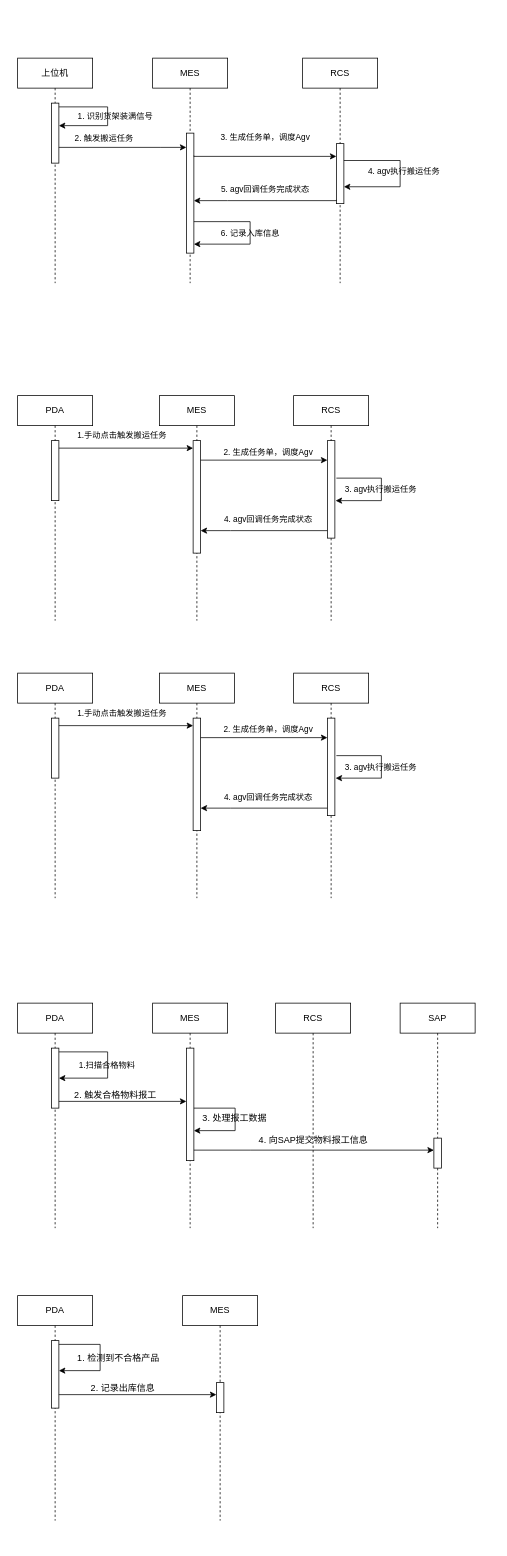
This is 智光软件业务梳理.drawio from lutao0111/-for-draw.io, a draw.io file, before an edit. Source tidied: cells renumbered, new cells numbered last; positions are measured from the earlier drawing's top-left corner, leaving out a move shared by most shapes. Both pictures are drawn from the tidied source at 75%, with x=0, y=0 at pixel (17, 58).
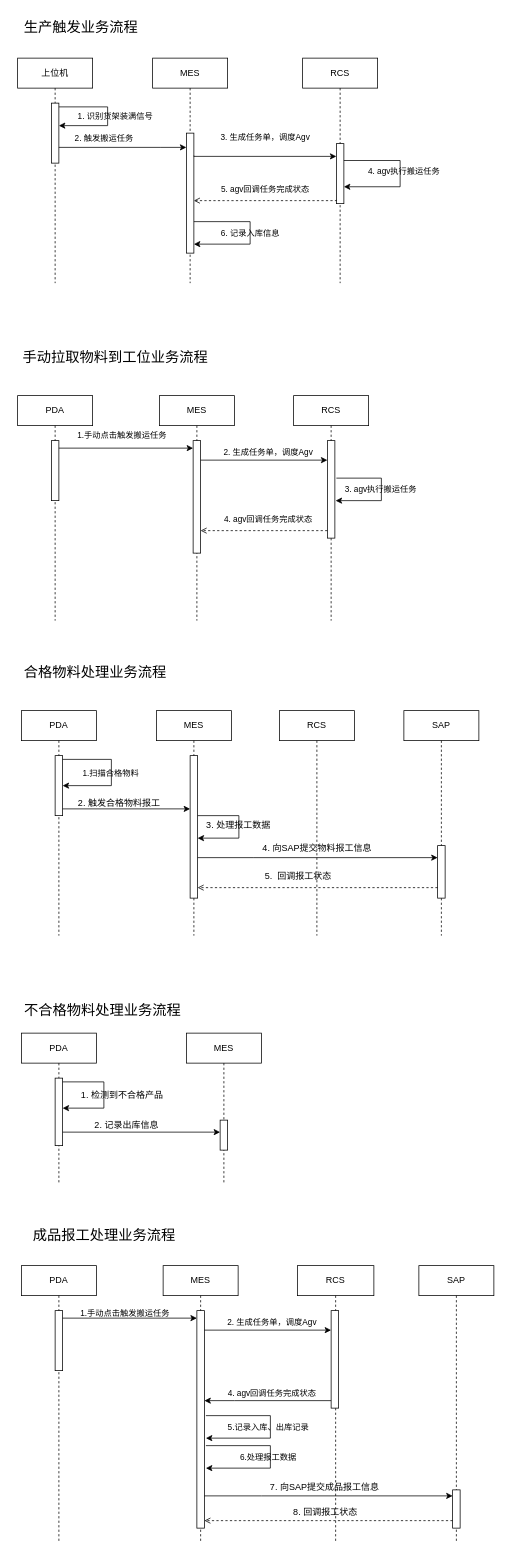
Above is the later version.

Commit message (it also covers changes not shown here):
更新智光软件业务梳理.drawio

The change refers to these unchanged cells:
```xml
<mxCell id="8" style="html=1;points=[[0,0,0,0,5],[0,1,0,0,-5],[1,0,0,0,5],[1,1,0,0,-5]];perimeter=orthogonalPerimeter;outlineConnect=0;targetShapes=umlLifeline;portConstraint=eastwest;newEdgeStyle={&quot;curved&quot;:0,&quot;rounded&quot;:0};" parent="7" vertex="1">
  <mxGeometry x="45" y="100" width="10" height="160" as="geometry" />
</mxCell>
<mxCell id="11" style="html=1;points=[[0,0,0,0,5],[0,1,0,0,-5],[1,0,0,0,5],[1,1,0,0,-5]];perimeter=orthogonalPerimeter;outlineConnect=0;targetShapes=umlLifeline;portConstraint=eastwest;newEdgeStyle={&quot;curved&quot;:0,&quot;rounded&quot;:0};" parent="10" vertex="1">
  <mxGeometry x="45" y="114" width="10" height="80" as="geometry" />
</mxCell>
```

Change to the diagram source:
```diff
@@
     <mxCell id="2" value="MES" style="shape=umlLifeline;perimeter=lifelinePerimeter;whiteSpace=wrap;html=1;newEdgeStyle={&quot;curved&quot;:0,&quot;rounded&quot;:0};" parent="1" vertex="1">
-      <mxGeometry x="220" y="1650" width="100" height="300" as="geometry" />
+      <mxGeometry x="225" y="1300" width="100" height="200" as="geometry" />
     </mxCell>
@@
-    <mxCell id="16" style="edgeStyle=orthogonalEdgeStyle;rounded=0;jettySize=auto;html=1;curved=0;exitX=0;exitY=1;exitDx=0;exitDy=-5;exitPerimeter=0;" parent="1" edge="1" source="11" target="8">
+    <mxCell id="16" style="edgeStyle=orthogonalEdgeStyle;rounded=0;jettySize=auto;html=1;curved=0;exitX=0;exitY=1;exitDx=0;exitDy=-5;exitPerimeter=0;dashed=1;endArrow=open;endFill=0;" parent="1" edge="1" source="11" target="8">
       <mxGeometry relative="1" as="geometry">
         <Array as="points">
           <mxPoint x="280" y="190" />
           <mxPoint x="280" y="190" />
         </Array>
       </mxGeometry>
     </mxCell>
@@
-    <mxCell id="36" style="edgeStyle=orthogonalEdgeStyle;rounded=0;orthogonalLoop=1;jettySize=auto;html=1;curved=0;exitX=0;exitY=1;exitDx=0;exitDy=-5;exitPerimeter=0;" parent="1" edge="1">
+    <mxCell id="36" style="edgeStyle=orthogonalEdgeStyle;rounded=0;orthogonalLoop=1;jettySize=auto;html=1;curved=0;exitX=0;exitY=1;exitDx=0;exitDy=-5;exitPerimeter=0;dashed=1;endArrow=open;endFill=0;" parent="1" edge="1">
       <mxGeometry relative="1" as="geometry">
         <mxPoint x="413" y="630" as="sourcePoint" />
         <mxPoint x="244" y="630" as="targetPoint" />
         <Array as="points">
           <mxPoint x="284" y="630" />
           <mxPoint x="284" y="630" />
         </Array>
       </mxGeometry>
     </mxCell>
@@
-    <mxCell id="38" value="PDA" style="shape=umlLifeline;perimeter=lifelinePerimeter;whiteSpace=wrap;html=1;newEdgeStyle={&quot;curved&quot;:0,&quot;rounded&quot;:0};" parent="1" vertex="1">
-      <mxGeometry y="820" width="100" height="300" as="geometry" />
-    </mxCell>
-    <mxCell id="39" style="html=1;perimeter=orthogonalPerimeter;targetShapes=umlLifeline;newEdgeStyle={&quot;curved&quot;:0,&quot;rounded&quot;:0};" parent="38" vertex="1">
-      <mxGeometry x="45" y="60" width="10" height="80" as="geometry" />
-    </mxCell>
-    <mxCell id="40" value="RCS" style="shape=umlLifeline;perimeter=lifelinePerimeter;whiteSpace=wrap;html=1;newEdgeStyle={&quot;curved&quot;:0,&quot;rounded&quot;:0};" parent="1" vertex="1">
-      <mxGeometry x="368" y="820" width="100" height="300" as="geometry" />
-    </mxCell>
-    <mxCell id="41" style="html=1;perimeter=orthogonalPerimeter;targetShapes=umlLifeline;newEdgeStyle={&quot;curved&quot;:0,&quot;rounded&quot;:0};" parent="40" vertex="1">
-      <mxGeometry x="45" y="60" width="10" height="130" as="geometry" />
-    </mxCell>
-    <mxCell id="42" value="MES" style="shape=umlLifeline;perimeter=lifelinePerimeter;whiteSpace=wrap;html=1;newEdgeStyle={&quot;curved&quot;:0,&quot;rounded&quot;:0};" parent="1" vertex="1">
-      <mxGeometry x="189" y="820" width="100" height="300" as="geometry" />
-    </mxCell>
-    <mxCell id="43" style="html=1;perimeter=orthogonalPerimeter;targetShapes=umlLifeline;newEdgeStyle={&quot;curved&quot;:0,&quot;rounded&quot;:0};" parent="42" vertex="1">
-      <mxGeometry x="45" y="60" width="10" height="150" as="geometry" />
-    </mxCell>
-    <mxCell id="44" style="edgeStyle=orthogonalEdgeStyle;rounded=0;orthogonalLoop=1;jettySize=auto;html=1;curved=0;exitX=1;exitY=0;exitDx=0;exitDy=5;exitPerimeter=0;entryX=0;entryY=0;entryDx=0;entryDy=5;entryPerimeter=0;" parent="1" edge="1">
-      <mxGeometry relative="1" as="geometry">
-        <mxPoint x="55" y="890" as="sourcePoint" />
-        <mxPoint x="234" y="890" as="targetPoint" />
-      </mxGeometry>
-    </mxCell>
-    <mxCell id="45" style="edgeStyle=orthogonalEdgeStyle;rounded=0;orthogonalLoop=1;jettySize=auto;html=1;curved=0;exitX=1;exitY=0;exitDx=0;exitDy=5;exitPerimeter=0;entryX=0;entryY=0;entryDx=0;entryDy=5;entryPerimeter=0;" parent="1" edge="1">
-      <mxGeometry relative="1" as="geometry">
-        <mxPoint x="244" y="906" as="sourcePoint" />
-        <mxPoint x="413" y="906" as="targetPoint" />
-      </mxGeometry>
-    </mxCell>
-    <mxCell id="46" value="1.手动点击触发搬运任务" style="text;html=1;align=center;verticalAlign=middle;strokeColor=none;fillColor=none;fontSize=11;" parent="1" vertex="1">
-      <mxGeometry x="69" y="858" width="140" height="30" as="geometry" />
-    </mxCell>
-    <mxCell id="47" style="text;html=1;align=center;verticalAlign=middle;strokeColor=none;fillColor=none;" parent="1" vertex="1">
-      <mxGeometry x="304" y="868" width="20" height="30" as="geometry" />
-    </mxCell>
-    <mxCell id="48" value="&lt;font style=&quot;font-size: 11px;&quot;&gt;2. 生成任务单，调度Agv&lt;/font&gt;" style="text;html=1;align=center;verticalAlign=middle;strokeColor=none;fillColor=none;fontSize=11;" parent="1" vertex="1">
-      <mxGeometry x="264" y="880" width="140" height="30" as="geometry" />
-    </mxCell>
-    <mxCell id="49" style="edgeStyle=orthogonalEdgeStyle;rounded=0;orthogonalLoop=1;jettySize=auto;html=1;curved=0;exitX=1;exitY=0;exitDx=0;exitDy=5;exitPerimeter=0;" parent="1" edge="1">
-      <mxGeometry relative="1" as="geometry">
-        <mxPoint x="425" y="930" as="sourcePoint" />
-        <mxPoint x="424" y="960" as="targetPoint" />
-        <Array as="points">
-          <mxPoint x="485" y="930" />
-          <mxPoint x="485" y="960" />
-        </Array>
-      </mxGeometry>
-    </mxCell>
-    <mxCell id="50" value="3. agv执行搬运任务" style="text;html=1;align=center;verticalAlign=middle;strokeColor=none;fillColor=none;fontSize=11;" parent="1" vertex="1">
-      <mxGeometry x="424" y="930" width="120" height="30" as="geometry" />
-    </mxCell>
-    <mxCell id="51" style="edgeStyle=orthogonalEdgeStyle;rounded=0;orthogonalLoop=1;jettySize=auto;html=1;curved=0;exitX=0;exitY=1;exitDx=0;exitDy=-5;exitPerimeter=0;" parent="1" edge="1">
-      <mxGeometry relative="1" as="geometry">
-        <mxPoint x="413" y="1000" as="sourcePoint" />
-        <mxPoint x="244" y="1000" as="targetPoint" />
-        <Array as="points">
-          <mxPoint x="284" y="1000" />
-          <mxPoint x="284" y="1000" />
-        </Array>
-      </mxGeometry>
-    </mxCell>
-    <mxCell id="52" value="&lt;span style=&quot;font-size: 11px;&quot;&gt;4. agv回调任务完成状态&lt;/span&gt;" style="text;html=1;align=center;verticalAlign=middle;strokeColor=none;fillColor=none;fontSize=11;" parent="1" vertex="1">
-      <mxGeometry x="264" y="970" width="140" height="30" as="geometry" />
-    </mxCell>
     <mxCell id="53" value="PDA" style="shape=umlLifeline;perimeter=lifelinePerimeter;whiteSpace=wrap;html=1;newEdgeStyle={&quot;curved&quot;:0,&quot;rounded&quot;:0};" parent="1" vertex="1">
-      <mxGeometry y="1260" width="100" height="300" as="geometry" />
+      <mxGeometry x="5" y="870" width="100" height="300" as="geometry" />
     </mxCell>
@@
     <mxCell id="56" value="MES" style="shape=umlLifeline;perimeter=lifelinePerimeter;whiteSpace=wrap;html=1;newEdgeStyle={&quot;curved&quot;:0,&quot;rounded&quot;:0};" parent="1" vertex="1">
-      <mxGeometry x="180" y="1260" width="100" height="300" as="geometry" />
+      <mxGeometry x="185" y="870" width="100" height="300" as="geometry" />
     </mxCell>
     <mxCell id="57" style="html=1;perimeter=orthogonalPerimeter;targetShapes=umlLifeline;newEdgeStyle={&quot;curved&quot;:0,&quot;rounded&quot;:0};" parent="56" vertex="1">
-      <mxGeometry x="45" y="60" width="10" height="150" as="geometry" />
+      <mxGeometry x="45" y="60" width="10" height="190" as="geometry" />
     </mxCell>
     <mxCell id="58" value="1.扫描合格物料" style="text;html=1;align=center;verticalAlign=middle;strokeColor=none;fillColor=none;fontSize=11;" parent="1" vertex="1">
-      <mxGeometry x="69" y="1328" width="100" height="30" as="geometry" />
+      <mxGeometry x="74" y="938" width="100" height="30" as="geometry" />
     </mxCell>
     <mxCell id="59" style="edgeStyle=orthogonalEdgeStyle;rounded=0;orthogonalLoop=1;jettySize=auto;html=1;curved=0;exitX=1;exitY=1;exitDx=0;exitDy=-5;exitPerimeter=0;entryX=0;entryY=1;entryDx=0;entryDy=-5;entryPerimeter=0;" parent="1" edge="1">
       <mxGeometry relative="1" as="geometry">
-        <mxPoint x="55" y="1391" as="sourcePoint" />
-        <mxPoint x="225" y="1391" as="targetPoint" />
+        <mxPoint x="60" y="1001" as="sourcePoint" />
+        <mxPoint x="230" y="1001" as="targetPoint" />
       </mxGeometry>
     </mxCell>
     <mxCell id="60" value="2. 触发合格物料报工" style="text;html=1;align=center;verticalAlign=middle;strokeColor=none;fillColor=none;" parent="1" vertex="1">
-      <mxGeometry x="65" y="1368" width="130" height="30" as="geometry" />
+      <mxGeometry x="70" y="978" width="130" height="30" as="geometry" />
     </mxCell>
     <mxCell id="61" value="RCS" style="shape=umlLifeline;perimeter=lifelinePerimeter;whiteSpace=wrap;html=1;newEdgeStyle={&quot;curved&quot;:0,&quot;rounded&quot;:0};" parent="1" vertex="1">
-      <mxGeometry x="344" y="1260" width="100" height="300" as="geometry" />
+      <mxGeometry x="349" y="870" width="100" height="300" as="geometry" />
     </mxCell>
     <mxCell id="62" value="SAP" style="shape=umlLifeline;perimeter=lifelinePerimeter;whiteSpace=wrap;html=1;newEdgeStyle={&quot;curved&quot;:0,&quot;rounded&quot;:0};" parent="1" vertex="1">
-      <mxGeometry x="510" y="1260" width="100" height="300" as="geometry" />
+      <mxGeometry x="515" y="870" width="100" height="300" as="geometry" />
     </mxCell>
     <mxCell id="63" style="html=1;perimeter=orthogonalPerimeter;targetShapes=umlLifeline;newEdgeStyle={&quot;curved&quot;:0,&quot;rounded&quot;:0};" parent="62" vertex="1">
-      <mxGeometry x="45" y="180" width="10" height="40" as="geometry" />
+      <mxGeometry x="45" y="180" width="10" height="70" as="geometry" />
     </mxCell>
     <mxCell id="64" style="edgeStyle=orthogonalEdgeStyle;rounded=0;orthogonalLoop=1;jettySize=auto;html=1;curved=0;" parent="1" edge="1">
       <mxGeometry relative="1" as="geometry">
-        <mxPoint x="235" y="1456" as="sourcePoint" />
-        <mxPoint x="555" y="1456" as="targetPoint" />
+        <mxPoint x="240" y="1066" as="sourcePoint" />
+        <mxPoint x="560" y="1066" as="targetPoint" />
         <Array as="points">
-          <mxPoint x="310" y="1456" />
-          <mxPoint x="310" y="1456" />
+          <mxPoint x="315" y="1066" />
+          <mxPoint x="315" y="1066" />
         </Array>
       </mxGeometry>
     </mxCell>
     <mxCell id="65" style="edgeStyle=orthogonalEdgeStyle;rounded=0;orthogonalLoop=1;jettySize=auto;html=1;curved=0;" parent="1" edge="1">
       <mxGeometry relative="1" as="geometry">
-        <mxPoint x="235" y="1400" as="sourcePoint" />
-        <mxPoint x="235" y="1430" as="targetPoint" />
+        <mxPoint x="240" y="1010" as="sourcePoint" />
+        <mxPoint x="240" y="1040" as="targetPoint" />
         <Array as="points">
-          <mxPoint x="290" y="1430" />
+          <mxPoint x="295" y="1040" />
         </Array>
       </mxGeometry>
     </mxCell>
     <mxCell id="66" value="3. 处理报工数据" style="text;html=1;align=center;verticalAlign=middle;strokeColor=none;fillColor=none;" parent="1" vertex="1">
-      <mxGeometry x="234" y="1398" width="110" height="30" as="geometry" />
+      <mxGeometry x="239" y="1008" width="110" height="30" as="geometry" />
     </mxCell>
     <mxCell id="67" value="4. 向SAP提交物料报工信息" style="text;html=1;align=center;verticalAlign=middle;strokeColor=none;fillColor=none;" parent="1" vertex="1">
-      <mxGeometry x="309" y="1428" width="170" height="30" as="geometry" />
+      <mxGeometry x="314" y="1038" width="170" height="30" as="geometry" />
     </mxCell>
     <mxCell id="68" value="PDA" style="shape=umlLifeline;perimeter=lifelinePerimeter;whiteSpace=wrap;html=1;newEdgeStyle={&quot;curved&quot;:0,&quot;rounded&quot;:0};" parent="1" vertex="1">
-      <mxGeometry y="1650" width="100" height="300" as="geometry" />
+      <mxGeometry x="5" y="1300" width="100" height="200" as="geometry" />
     </mxCell>
@@
     <mxCell id="72" value="1. 检测到不合格产品" style="text;html=1;align=center;verticalAlign=middle;strokeColor=none;fillColor=none;" parent="1" vertex="1">
-      <mxGeometry x="69" y="1718" width="130" height="30" as="geometry" />
+      <mxGeometry x="74" y="1368" width="130" height="30" as="geometry" />
     </mxCell>
     <mxCell id="73" value="2. 记录出库信息" style="text;html=1;align=center;verticalAlign=middle;strokeColor=none;fillColor=none;" parent="1" vertex="1">
-      <mxGeometry x="85" y="1758" width="110" height="30" as="geometry" />
+      <mxGeometry x="90" y="1408" width="110" height="30" as="geometry" />
     </mxCell>
+    <mxCell id="38" value="PDA" style="shape=umlLifeline;perimeter=lifelinePerimeter;whiteSpace=wrap;html=1;newEdgeStyle={&quot;curved&quot;:0,&quot;rounded&quot;:0};" parent="1" vertex="1">
+      <mxGeometry x="5" y="1610" width="100" height="370" as="geometry" />
+    </mxCell>
+    <mxCell id="39" style="html=1;perimeter=orthogonalPerimeter;targetShapes=umlLifeline;newEdgeStyle={&quot;curved&quot;:0,&quot;rounded&quot;:0};" parent="38" vertex="1">
+      <mxGeometry x="45" y="60" width="10" height="80" as="geometry" />
+    </mxCell>
+    <mxCell id="40" value="RCS" style="shape=umlLifeline;perimeter=lifelinePerimeter;whiteSpace=wrap;html=1;newEdgeStyle={&quot;curved&quot;:0,&quot;rounded&quot;:0};" parent="1" vertex="1">
+      <mxGeometry x="373" y="1610" width="102" height="370" as="geometry" />
+    </mxCell>
+    <mxCell id="41" style="html=1;perimeter=orthogonalPerimeter;targetShapes=umlLifeline;newEdgeStyle={&quot;curved&quot;:0,&quot;rounded&quot;:0};" parent="40" vertex="1">
+      <mxGeometry x="45" y="60" width="10" height="130" as="geometry" />
+    </mxCell>
+    <mxCell id="42" value="MES" style="shape=umlLifeline;perimeter=lifelinePerimeter;whiteSpace=wrap;html=1;newEdgeStyle={&quot;curved&quot;:0,&quot;rounded&quot;:0};" parent="1" vertex="1">
+      <mxGeometry x="194" y="1610" width="100" height="370" as="geometry" />
+    </mxCell>
+    <mxCell id="74" style="html=1;perimeter=orthogonalPerimeter;targetShapes=umlLifeline;newEdgeStyle={&quot;curved&quot;:0,&quot;rounded&quot;:0};" parent="42" vertex="1">
+      <mxGeometry x="45" y="60" width="10" height="290" as="geometry" />
+    </mxCell>
+    <mxCell id="75" style="edgeStyle=orthogonalEdgeStyle;rounded=0;orthogonalLoop=1;jettySize=auto;html=1;curved=0;exitX=1;exitY=0;exitDx=0;exitDy=5;exitPerimeter=0;entryX=0;entryY=0;entryDx=0;entryDy=5;entryPerimeter=0;" parent="1" edge="1">
+      <mxGeometry relative="1" as="geometry">
+        <mxPoint x="60" y="1680" as="sourcePoint" />
+        <mxPoint x="239" y="1680" as="targetPoint" />
+      </mxGeometry>
+    </mxCell>
+    <mxCell id="76" style="edgeStyle=orthogonalEdgeStyle;rounded=0;orthogonalLoop=1;jettySize=auto;html=1;curved=0;exitX=1;exitY=0;exitDx=0;exitDy=5;exitPerimeter=0;entryX=0;entryY=0;entryDx=0;entryDy=5;entryPerimeter=0;" parent="1" edge="1">
+      <mxGeometry relative="1" as="geometry">
+        <mxPoint x="249" y="1696" as="sourcePoint" />
+        <mxPoint x="418" y="1696" as="targetPoint" />
+      </mxGeometry>
+    </mxCell>
+    <mxCell id="46" value="1.手动点击触发搬运任务" style="text;html=1;align=center;verticalAlign=middle;strokeColor=none;fillColor=none;fontSize=11;" parent="1" vertex="1">
+      <mxGeometry x="73" y="1658" width="140" height="30" as="geometry" />
+    </mxCell>
+    <mxCell id="77" style="text;html=1;align=center;verticalAlign=middle;strokeColor=none;fillColor=none;" parent="1" vertex="1">
+      <mxGeometry x="309" y="1658" width="20" height="30" as="geometry" />
+    </mxCell>
+    <mxCell id="48" value="&lt;font style=&quot;font-size: 11px;&quot;&gt;2. 生成任务单，调度Agv&lt;/font&gt;" style="text;html=1;align=center;verticalAlign=middle;strokeColor=none;fillColor=none;fontSize=11;" parent="1" vertex="1">
+      <mxGeometry x="269" y="1670" width="140" height="30" as="geometry" />
+    </mxCell>
+    <mxCell id="78" style="edgeStyle=orthogonalEdgeStyle;rounded=0;orthogonalLoop=1;jettySize=auto;html=1;curved=0;exitX=0;exitY=1;exitDx=0;exitDy=-5;exitPerimeter=0;" parent="1" edge="1">
+      <mxGeometry relative="1" as="geometry">
+        <mxPoint x="418" y="1790" as="sourcePoint" />
+        <mxPoint x="249" y="1790" as="targetPoint" />
+        <Array as="points">
+          <mxPoint x="289" y="1790" />
+          <mxPoint x="289" y="1790" />
+        </Array>
+      </mxGeometry>
+    </mxCell>
+    <mxCell id="52" value="&lt;span style=&quot;font-size: 11px;&quot;&gt;4. agv回调任务完成状态&lt;/span&gt;" style="text;html=1;align=center;verticalAlign=middle;strokeColor=none;fillColor=none;fontSize=11;" parent="1" vertex="1">
+      <mxGeometry x="269" y="1765" width="140" height="30" as="geometry" />
+    </mxCell>
+    <mxCell id="79" value="SAP" style="shape=umlLifeline;perimeter=lifelinePerimeter;whiteSpace=wrap;html=1;newEdgeStyle={&quot;curved&quot;:0,&quot;rounded&quot;:0};" parent="1" vertex="1">
+      <mxGeometry x="535" y="1610" width="100" height="370" as="geometry" />
+    </mxCell>
+    <mxCell id="80" style="html=1;perimeter=orthogonalPerimeter;targetShapes=umlLifeline;newEdgeStyle={&quot;curved&quot;:0,&quot;rounded&quot;:0};" parent="79" vertex="1">
+      <mxGeometry x="45" y="299" width="10" height="51" as="geometry" />
+    </mxCell>
+    <mxCell id="81" style="edgeStyle=orthogonalEdgeStyle;rounded=0;orthogonalLoop=1;jettySize=auto;html=1;curved=0;" parent="79" edge="1">
+      <mxGeometry relative="1" as="geometry">
+        <mxPoint x="-286" y="307" as="sourcePoint" />
+        <mxPoint x="45" y="307" as="targetPoint" />
+        <Array as="points">
+          <mxPoint x="-210" y="307" />
+          <mxPoint x="-210" y="307" />
+        </Array>
+      </mxGeometry>
+    </mxCell>
+    <mxCell id="82" style="edgeStyle=orthogonalEdgeStyle;rounded=0;orthogonalLoop=1;jettySize=auto;html=1;curved=0;exitX=0;exitY=1;exitDx=0;exitDy=-5;exitPerimeter=0;entryX=1;entryY=1;entryDx=0;entryDy=-5;entryPerimeter=0;dashed=1;endArrow=open;endFill=0;" parent="79" edge="1">
+      <mxGeometry relative="1" as="geometry">
+        <mxPoint x="45" y="340" as="sourcePoint" />
+        <mxPoint x="-286" y="340" as="targetPoint" />
+      </mxGeometry>
+    </mxCell>
+    <mxCell id="83" value="8. 回调报工状态" style="text;html=1;align=center;verticalAlign=middle;strokeColor=none;fillColor=none;" parent="79" vertex="1">
+      <mxGeometry x="-180" y="314" width="110" height="30" as="geometry" />
+    </mxCell>
+    <mxCell id="84" value="7. 向SAP提交成品报工信息" style="text;html=1;align=center;verticalAlign=middle;strokeColor=none;fillColor=none;" parent="1" vertex="1">
+      <mxGeometry x="324" y="1890" width="170" height="30" as="geometry" />
+    </mxCell>
+    <mxCell id="85" value="5.记录入库、出库记录" style="text;html=1;align=center;verticalAlign=middle;strokeColor=none;fillColor=none;fontSize=11;" parent="1" vertex="1">
+      <mxGeometry x="269" y="1810" width="130" height="30" as="geometry" />
+    </mxCell>
+    <mxCell id="86" style="edgeStyle=orthogonalEdgeStyle;rounded=0;orthogonalLoop=1;jettySize=auto;html=1;curved=0;exitX=1;exitY=1;exitDx=0;exitDy=-5;exitPerimeter=0;" parent="1" edge="1">
+      <mxGeometry relative="1" as="geometry">
+        <mxPoint x="251" y="1810" as="sourcePoint" />
+        <mxPoint x="251" y="1840" as="targetPoint" />
+        <Array as="points">
+          <mxPoint x="337" y="1810" />
+          <mxPoint x="337" y="1840" />
+        </Array>
+      </mxGeometry>
+    </mxCell>
+    <mxCell id="87" style="edgeStyle=orthogonalEdgeStyle;rounded=0;orthogonalLoop=1;jettySize=auto;html=1;curved=0;exitX=0;exitY=1;exitDx=0;exitDy=-5;exitPerimeter=0;entryX=1;entryY=1;entryDx=0;entryDy=-5;entryPerimeter=0;dashed=1;endArrow=open;endFill=0;" parent="1" edge="1">
+      <mxGeometry relative="1" as="geometry">
+        <mxPoint x="560" y="1106" as="sourcePoint" />
+        <mxPoint x="240" y="1106" as="targetPoint" />
+      </mxGeometry>
+    </mxCell>
+    <mxCell id="88" value="5.&amp;nbsp; 回调报工状态" style="text;html=1;align=center;verticalAlign=middle;strokeColor=none;fillColor=none;" parent="1" vertex="1">
+      <mxGeometry x="319" y="1076" width="110" height="30" as="geometry" />
+    </mxCell>
+    <mxCell id="89" value="生产触发业务流程" style="text;html=1;align=center;verticalAlign=middle;strokeColor=none;fillColor=none;fontSize=19;" parent="1" vertex="1">
+      <mxGeometry x="-6" y="-60" width="180" height="40" as="geometry" />
+    </mxCell>
+    <mxCell id="90" value="手动拉取物料到工位业务流程" style="text;html=1;align=center;verticalAlign=middle;strokeColor=none;fillColor=none;fontSize=19;" parent="1" vertex="1">
+      <mxGeometry x="-5" y="380" width="270" height="40" as="geometry" />
+    </mxCell>
+    <mxCell id="91" value="合格物料处理业务流程" style="text;html=1;align=center;verticalAlign=middle;strokeColor=none;fillColor=none;fontSize=19;" parent="1" vertex="1">
+      <mxGeometry x="-2" y="800" width="210" height="40" as="geometry" />
+    </mxCell>
+    <mxCell id="92" value="不合格物料处理业务流程" style="text;html=1;align=center;verticalAlign=middle;strokeColor=none;fillColor=none;fontSize=19;" parent="1" vertex="1">
+      <mxGeometry x="-2" y="1250" width="230" height="40" as="geometry" />
+    </mxCell>
+    <mxCell id="93" value="6.处理报工数据" style="text;html=1;align=center;verticalAlign=middle;strokeColor=none;fillColor=none;fontSize=11;" parent="1" vertex="1">
+      <mxGeometry x="284" y="1850" width="100" height="30" as="geometry" />
+    </mxCell>
+    <mxCell id="94" style="edgeStyle=orthogonalEdgeStyle;rounded=0;orthogonalLoop=1;jettySize=auto;html=1;curved=0;exitX=1;exitY=1;exitDx=0;exitDy=-5;exitPerimeter=0;" parent="1" edge="1">
+      <mxGeometry relative="1" as="geometry">
+        <mxPoint x="251" y="1850" as="sourcePoint" />
+        <mxPoint x="251" y="1880" as="targetPoint" />
+        <Array as="points">
+          <mxPoint x="337" y="1850" />
+          <mxPoint x="337" y="1880" />
+        </Array>
+      </mxGeometry>
+    </mxCell>
+    <mxCell id="95" value="成品报工处理业务流程" style="text;html=1;align=center;verticalAlign=middle;strokeColor=none;fillColor=none;fontSize=19;" parent="1" vertex="1">
+      <mxGeometry x="10" y="1550" width="210" height="40" as="geometry" />
+    </mxCell>
```
